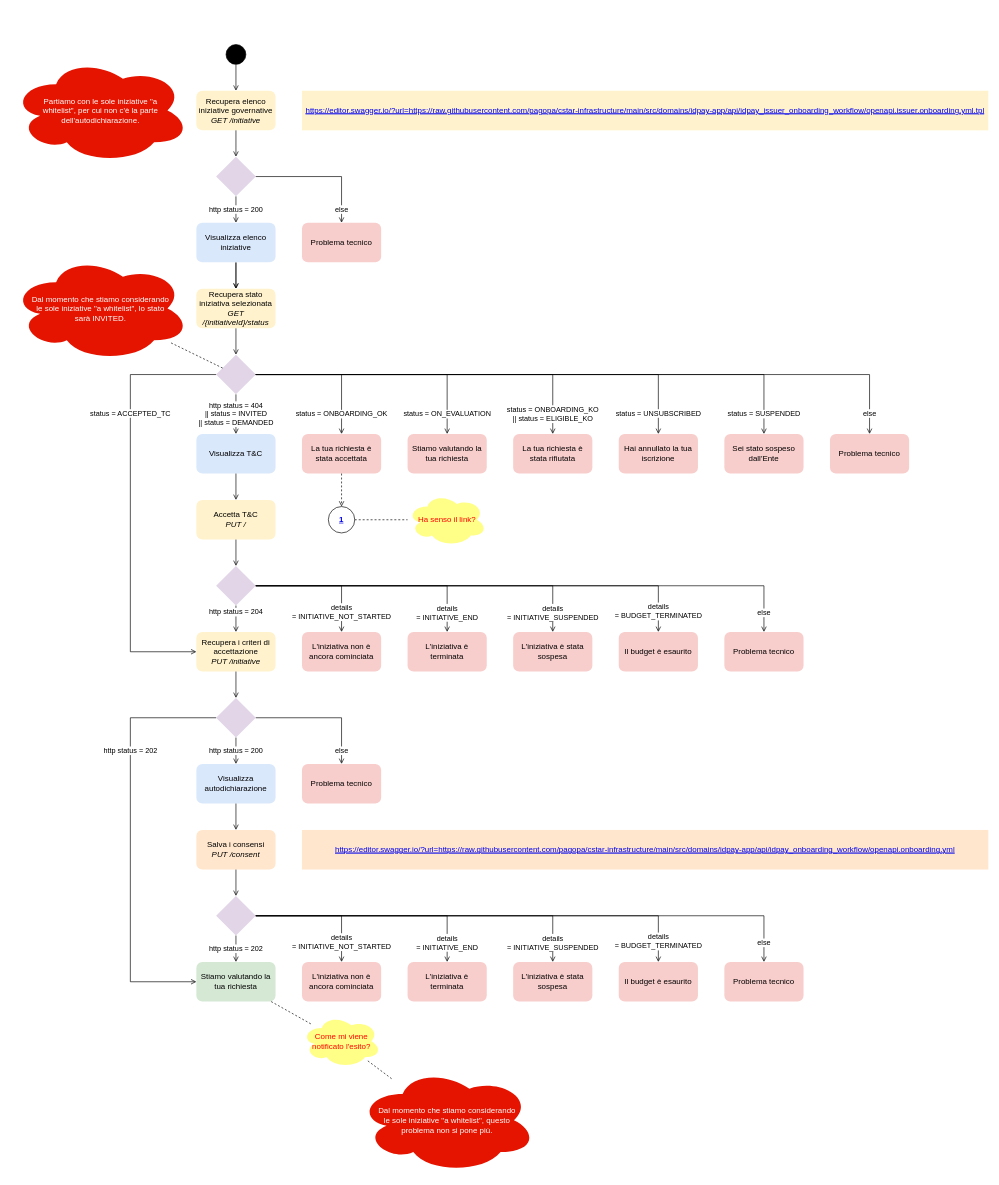
pagopa/mil-diags keeps this draw.io diagram as page "Page-1" (1 of 2) of sequence_diags/idpay/functional_overview/Onboarding IDPay.drawio. Above is the earlier version. Source tidied: cells renumbered, new cells numbered last; positions are measured from the earlier drawing's top-left corner, leaving out a move shared by most shapes. Both pictures are drawn from the tidied source at 66%, with x=0, y=0 at pixel (11, 44).
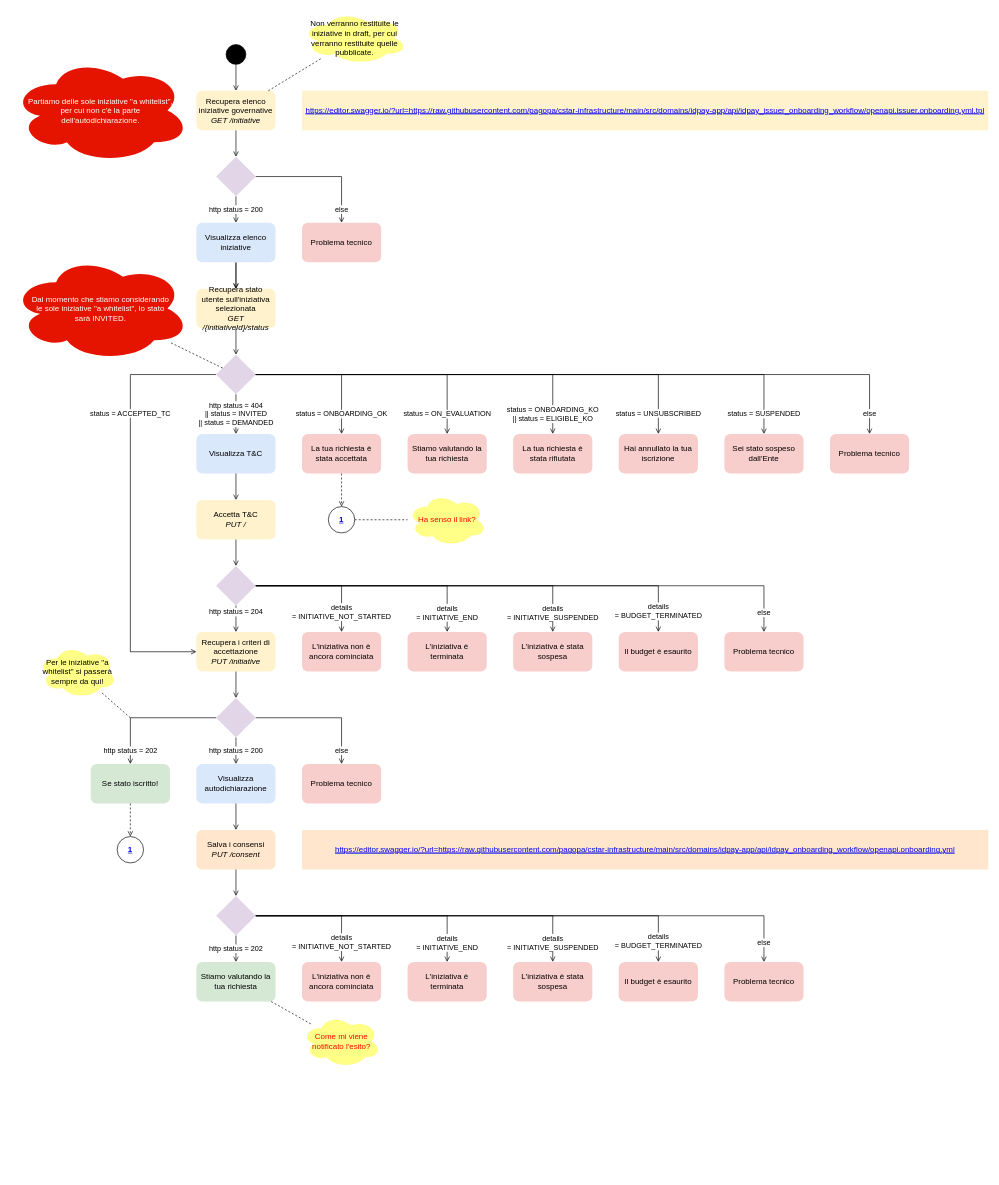
The same diagram, later.

Unchanged cells that the change refers to:
```xml
<mxCell id="7" value="Recupera elenco iniziative governative&lt;br&gt;&lt;i&gt;GET /initiative&lt;/i&gt;" style="rounded=1;whiteSpace=wrap;html=1;fillColor=#fff2cc;strokeColor=none;" parent="1" vertex="1">
  <mxGeometry x="280" y="70" width="120" height="60" as="geometry" />
</mxCell>
<mxCell id="47" style="rhombus;whiteSpace=wrap;html=1;fillColor=#e1d5e7;strokeColor=none;" parent="1" vertex="1">
  <mxGeometry x="310" y="990" width="60" height="60" as="geometry" />
</mxCell>
<mxCell id="57" value="Stiamo valutando la tua richiesta" style="rounded=1;whiteSpace=wrap;html=1;fillColor=#d5e8d4;strokeColor=none;" parent="1" vertex="1">
  <mxGeometry x="280" y="1390" width="120" height="60" as="geometry" />
</mxCell>
<mxCell id="76" value="Come mi viene notificato l'esito?" style="ellipse;shape=cloud;whiteSpace=wrap;html=1;fillColor=#ffff88;strokeColor=none;fontColor=#FF0000;" parent="1" vertex="1">
  <mxGeometry x="440" y="1470" width="120" height="80" as="geometry" />
</mxCell>
```

Diff of the diagram source:
```diff
@@
-    <mxCell id="9" value="Recupera stato iniziativa selezionata&lt;br&gt;&lt;i&gt;GET /{initiativeId}/status&lt;/i&gt;" style="rounded=1;whiteSpace=wrap;html=1;fillColor=#fff2cc;strokeColor=none;" parent="1" vertex="1">
+    <mxCell id="9" value="Recupera stato utente sull'iniziativa selezionata&lt;br&gt;&lt;i&gt;GET /{initiativeId}/status&lt;/i&gt;" style="rounded=1;whiteSpace=wrap;html=1;fillColor=#fff2cc;strokeColor=none;" parent="1" vertex="1">
       <mxGeometry x="280" y="370" width="120" height="60" as="geometry" />
     </mxCell>
@@
-    <mxCell id="58" value="http status = 202" style="endArrow=open;html=1;rounded=0;endFill=0;edgeStyle=orthogonalEdgeStyle;entryX=0;entryY=0.5;entryDx=0;entryDy=0;exitX=0;exitY=0.5;exitDx=0;exitDy=0;" parent="1" edge="1" source="47" target="57">
-      <mxGeometry x="-0.43" relative="1" as="geometry">
+    <mxCell id="58" value="http status = 202" style="endArrow=open;html=1;rounded=0;endFill=0;edgeStyle=orthogonalEdgeStyle;exitX=0;exitY=0.5;exitDx=0;exitDy=0;" parent="1" edge="1" source="47" target="87">
+      <mxGeometry x="0.8" relative="1" as="geometry">
         <Array as="points">
           <mxPoint x="180" y="1020" />
-          <mxPoint x="180" y="1420" />
         </Array>
       </mxGeometry>
     </mxCell>
@@
-    <mxCell id="79" style="endArrow=none;dashed=1;html=1;rounded=0;" parent="1" edge="1" source="76" target="82">
-      <mxGeometry relative="1" as="geometry" />
-    </mxCell>
-    <mxCell id="80" value="Partiamo con le sole iniziative &quot;a whitelist&quot;, per cui non c'è la parte dell'autodichiarazione." style="ellipse;shape=cloud;whiteSpace=wrap;html=1;fillColor=#e51400;strokeColor=none;spacing=25;fontColor=#ffffff;" parent="1" vertex="1">
+    <mxCell id="80" value="Partiamo delle sole iniziative &quot;a whitelist&quot;, per cui non c'è la parte dell'autodichiarazione." style="ellipse;shape=cloud;whiteSpace=wrap;html=1;fillColor=#e51400;strokeColor=none;spacing=25;fontColor=#ffffff;" parent="1" vertex="1">
       <mxGeometry y="20" width="270" height="160" as="geometry" />
     </mxCell>
@@
-    <mxCell id="82" value="Dal momento che stiamo considerando le sole iniziative &quot;a whitelist&quot;, questo problema non si pone più." style="ellipse;shape=cloud;whiteSpace=wrap;html=1;fillColor=#e51400;strokeColor=none;spacing=26;fontColor=#ffffff;" parent="1" vertex="1">
-      <mxGeometry x="525" y="1550" width="270" height="160" as="geometry" />
-    </mxCell>
+    <mxCell id="83" value="Non verranno restituite le iniziative in draft, per cui verranno restituite quelle pubblicate." style="ellipse;shape=cloud;whiteSpace=wrap;html=1;fillColor=#ffff88;strokeColor=none;" parent="1" vertex="1">
+      <mxGeometry x="440" y="-50" width="160" height="80" as="geometry" />
+    </mxCell>
+    <mxCell id="84" style="endArrow=none;dashed=1;html=1;rounded=0;" parent="1" edge="1" source="7" target="83">
+      <mxGeometry relative="1" as="geometry" />
+    </mxCell>
+    <mxCell id="85" value="Per le iniziative &quot;a whitelist&quot; si passerà sempre da qui!" style="ellipse;shape=cloud;whiteSpace=wrap;html=1;fillColor=#ffff88;strokeColor=none;" parent="1" vertex="1">
+      <mxGeometry x="40" y="910" width="120" height="80" as="geometry" />
+    </mxCell>
+    <mxCell id="86" style="endArrow=none;dashed=1;html=1;rounded=0;" parent="1" edge="1" target="85">
+      <mxGeometry relative="1" as="geometry">
+        <mxPoint x="180" y="1020" as="sourcePoint" />
+      </mxGeometry>
+    </mxCell>
+    <mxCell id="87" value="Se stato iscritto!" style="rounded=1;whiteSpace=wrap;html=1;fillColor=#d5e8d4;strokeColor=none;" parent="1" vertex="1">
+      <mxGeometry x="120" y="1090" width="120" height="60" as="geometry" />
+    </mxCell>
+    <mxCell id="88" value="&lt;a href=&quot;null&quot;&gt;1&lt;/a&gt;" style="ellipse;whiteSpace=wrap;html=1;fontStyle=1;" parent="1" vertex="1">
+      <mxGeometry x="160" y="1200" width="40" height="40" as="geometry" />
+    </mxCell>
+    <mxCell id="89" style="endArrow=open;dashed=1;html=1;rounded=0;endFill=0;" parent="1" edge="1" source="87" target="88">
+      <mxGeometry relative="1" as="geometry" />
+    </mxCell>
```
